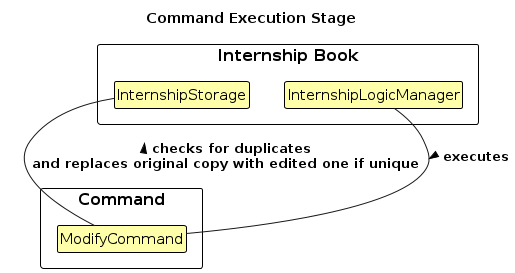
This is diagrams/ModifyCommandExecute.png from AY2324S1-CS2103T-W17-1/tp, a PlantUML export, as it was before one commit. Its source is kept beside it as diagrams/ModifyCommandExecute.puml. Source of this version:
```plantuml
@startuml
!include style.puml
skinparam ClassFontColor #000000
skinparam ClassBorderColor #000000
skinparam ClassBackgroundColor #FFFFAA

title Command Execution Stage

package "Internship Book" {
    class InternshipLogicManager as "InternshipLogicManager"
    class InternshipStorage as "InternshipStorage"
}

package "Command" {
    class ModifyCommand as "ModifyCommand"
}

InternshipLogicManager -down- ModifyCommand : > executes
ModifyCommand -up- InternshipStorage : < checks for duplicates\nand replaces original copy with edited one if unique

@enduml
```
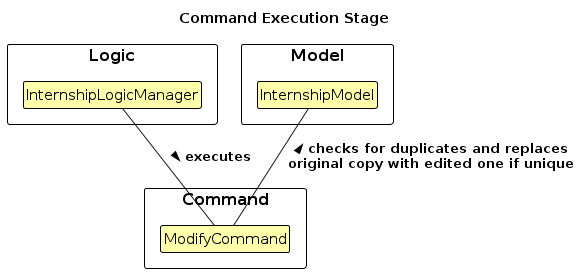
Later version of the same file.

What changed in the source:
```diff
@@ -6,9 +6,11 @@
 
 title Command Execution Stage
 
-package "Internship Book" {
+package "Logic" {
     class InternshipLogicManager as "InternshipLogicManager"
-    class InternshipStorage as "InternshipStorage"
+}
+package "Model" {
+    class InternshipModel as "InternshipModel"
 }
 
 package "Command" {
@@ -16,6 +18,6 @@
 }
 
 InternshipLogicManager -down- ModifyCommand : > executes
-ModifyCommand -up- InternshipStorage : < checks for duplicates\nand replaces original copy with edited one if unique
+ModifyCommand -up- InternshipModel : < checks for duplicates and replaces\noriginal copy with edited one if unique
 
 @enduml
```
